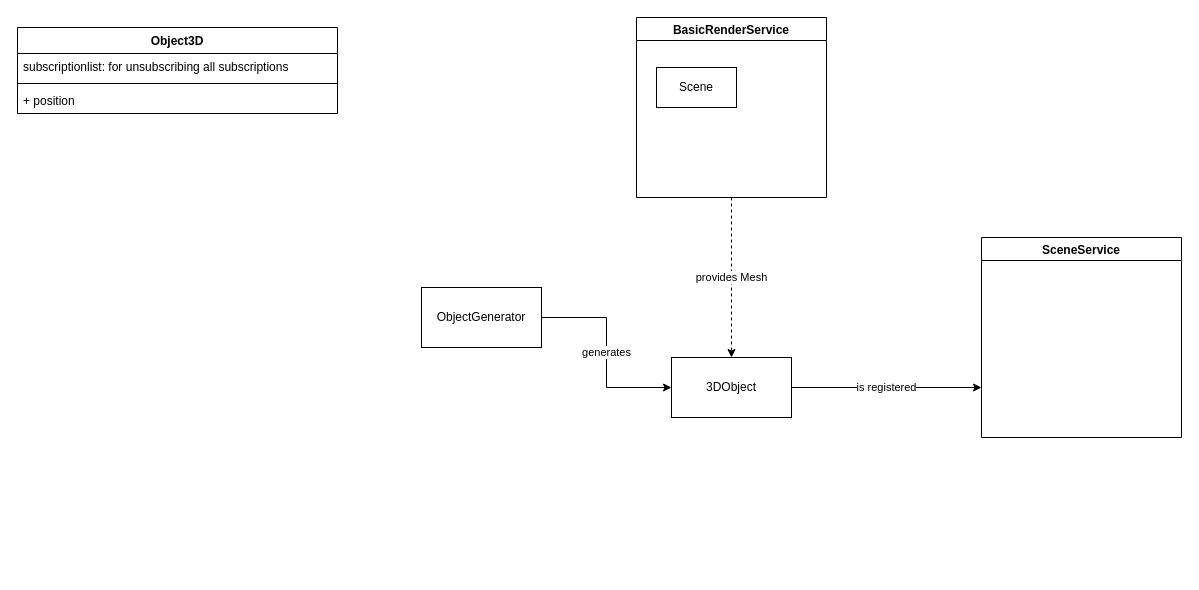
MartinPyka/popupapp keeps this draw.io diagram as doc/architecture.drawio. Above is the earlier version. Source tidied: cells renumbered, new cells numbered last; positions are measured from the earlier drawing's top-left corner, leaving out a move shared by most shapes. Both pictures are drawn from the tidied source at 100%, with x=0, y=0 at pixel (17, 17).
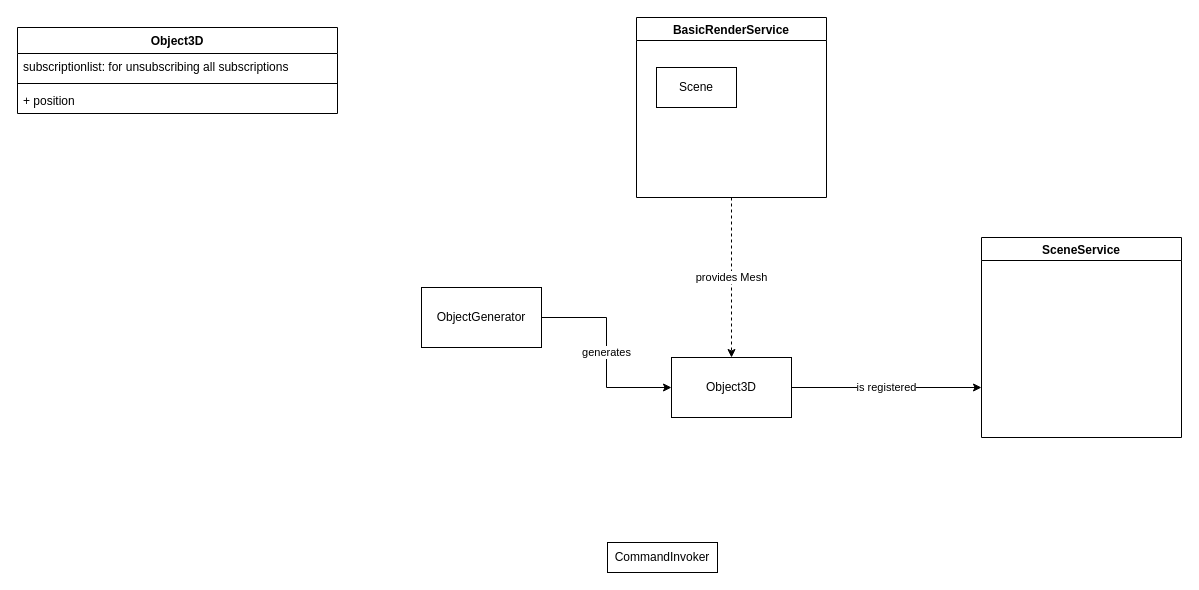
The same page after the edit.

Commit message (it also covers changes not shown here):
added commandinvoker pattern

Diff of the diagram source:
```diff
@@
 <mxGraphModel>
   <root>
     <mxCell id="0" />
     <mxCell id="1" parent="0" />
     <mxCell id="2" value="generates" style="edgeStyle=orthogonalEdgeStyle;rounded=0;jettySize=auto;html=1;entryX=0;entryY=0.5;entryDx=0;entryDy=0;" parent="1" edge="1" source="3" target="8">
       <mxGeometry relative="1" as="geometry" />
     </mxCell>
     <mxCell id="3" value="ObjectGenerator" style="rounded=0;whiteSpace=wrap;html=1;" parent="1" vertex="1">
       <mxGeometry x="404" y="270" width="120" height="60" as="geometry" />
     </mxCell>
     <mxCell id="4" value="provides Mesh" style="edgeStyle=orthogonalEdgeStyle;rounded=0;jettySize=auto;html=1;dashed=1;" parent="1" edge="1" source="5" target="8">
       <mxGeometry relative="1" as="geometry" />
     </mxCell>
     <mxCell id="5" value="BasicRenderService" style="swimlane;" parent="1" vertex="1">
       <mxGeometry x="619" width="190" height="180" as="geometry" />
     </mxCell>
     <mxCell id="6" value="Scene" style="rounded=0;whiteSpace=wrap;html=1;" parent="5" vertex="1">
       <mxGeometry x="20" y="50" width="80" height="40" as="geometry" />
     </mxCell>
     <mxCell id="7" value="is registered" style="edgeStyle=orthogonalEdgeStyle;rounded=0;jettySize=auto;html=1;entryX=0;entryY=0.75;entryDx=0;entryDy=0;" parent="1" edge="1" source="8" target="9">
       <mxGeometry relative="1" as="geometry" />
     </mxCell>
-    <mxCell id="8" value="3DObject" style="rounded=0;whiteSpace=wrap;html=1;" parent="1" vertex="1">
+    <mxCell id="8" value="Object3D" style="rounded=0;whiteSpace=wrap;html=1;" parent="1" vertex="1">
       <mxGeometry x="654" y="340" width="120" height="60" as="geometry" />
     </mxCell>
     <mxCell id="9" value="SceneService" style="swimlane;" parent="1" vertex="1">
       <mxGeometry x="964" y="220" width="200" height="200" as="geometry" />
     </mxCell>
     <mxCell id="10" value="Object3D" style="swimlane;fontStyle=1;align=center;verticalAlign=top;horizontal=1;startSize=26;" parent="1" vertex="1">
       <mxGeometry y="10" width="320" height="86" as="geometry" />
     </mxCell>
     <mxCell id="11" value="subscriptionlist: for unsubscribing all subscriptions" style="text;strokeColor=none;fillColor=none;align=left;verticalAlign=top;spacingLeft=4;spacingRight=4;overflow=hidden;" parent="10" vertex="1">
       <mxGeometry y="26" width="320" height="26" as="geometry" />
     </mxCell>
     <mxCell id="12" style="line;strokeWidth=1;fillColor=none;align=left;verticalAlign=middle;spacingTop=-1;spacingLeft=3;spacingRight=3;labelPosition=right;" parent="10" vertex="1">
       <mxGeometry y="52" width="320" height="8" as="geometry" />
     </mxCell>
     <mxCell id="13" value="+ position" style="text;strokeColor=none;fillColor=none;align=left;verticalAlign=top;spacingLeft=4;spacingRight=4;overflow=hidden;" parent="10" vertex="1">
       <mxGeometry y="60" width="320" height="26" as="geometry" />
     </mxCell>
+    <mxCell id="14" value="CommandInvoker" style="rounded=0;whiteSpace=wrap;html=1;" parent="1" vertex="1">
+      <mxGeometry x="590" y="525" width="110" height="30" as="geometry" />
+    </mxCell>
   </root>
 </mxGraphModel>
```
